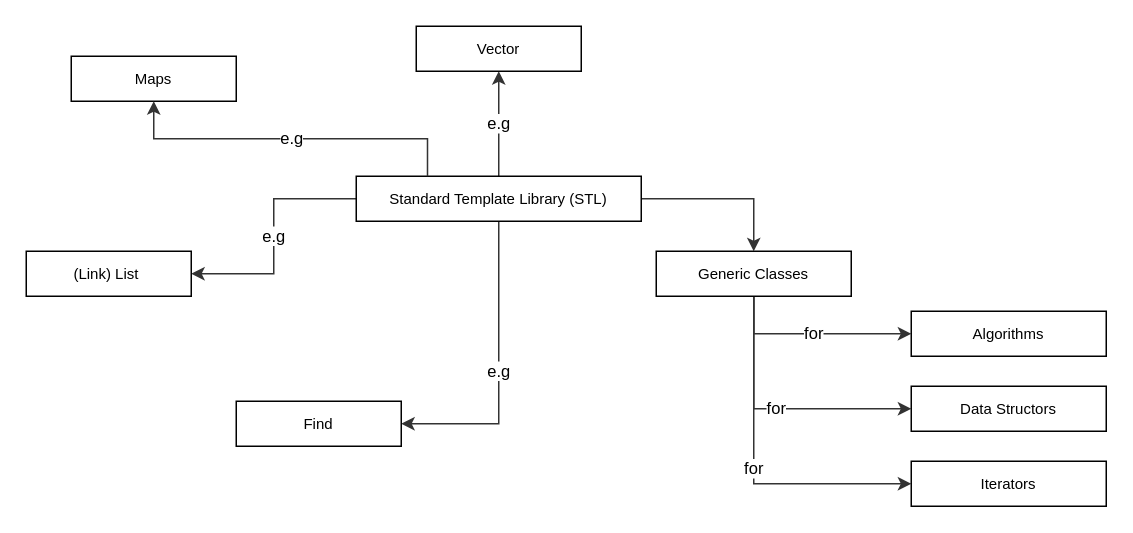
Above: page "STL(15)" (16 of 17) of revision/Supplementary/Mindmapcpp.drawio in BSCdfdff/LearnCppProgramming (draw.io), before the change. Source tidied: cells renumbered, new cells numbered last; positions are measured from the earlier drawing's top-left corner, leaving out a move shared by most shapes. Both pictures are drawn from the tidied source at 150%, with x=0, y=0 at pixel (26, 26).
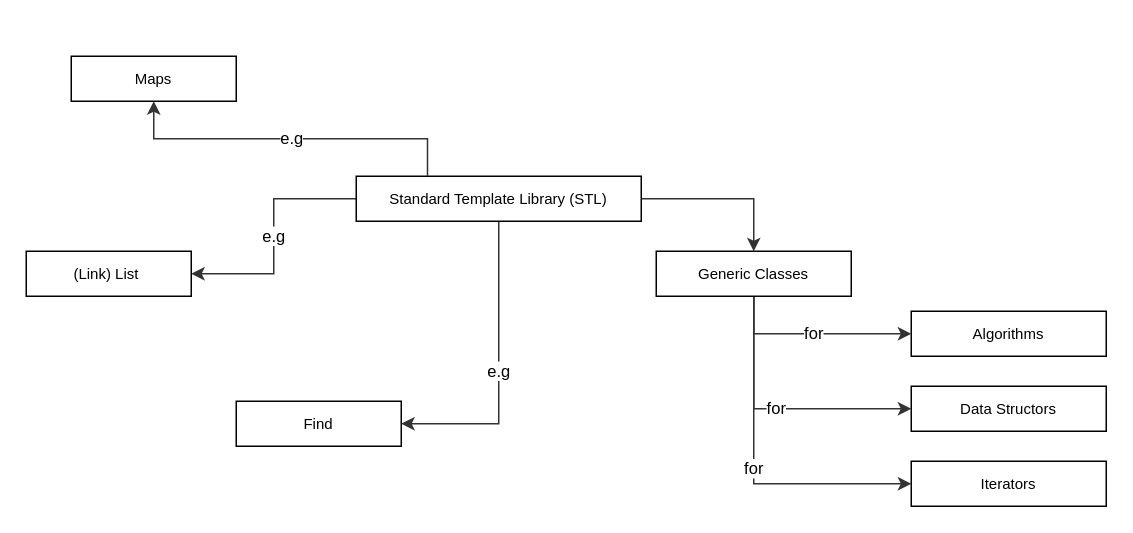
The same page after the edit.

Unchanged cells that the change refers to:
```xml
<mxCell id="6" value="&lt;span style=&quot;font-size: 10px&quot;&gt;Standard Template Library (STL)&lt;br&gt;&lt;/span&gt;" style="rounded=0;whiteSpace=wrap;html=1;" parent="1" vertex="1">
  <mxGeometry x="220" y="100" width="190" height="30" as="geometry" />
</mxCell>
```

What changed in the source:
```diff
@@
-    <mxCell id="2" value="e.g" style="edgeStyle=orthogonalEdgeStyle;rounded=0;jettySize=auto;html=1;strokeColor=#333333;strokeWidth=1;" parent="1" edge="1" source="6" target="11">
-      <mxGeometry relative="1" as="geometry" />
-    </mxCell>
@@
-    <mxCell id="11" value="&lt;span style=&quot;font-size: 10px&quot;&gt;Vector&lt;br&gt;&lt;/span&gt;" style="rounded=0;whiteSpace=wrap;html=1;" parent="1" vertex="1">
-      <mxGeometry x="260" width="110" height="30" as="geometry" />
-    </mxCell>
```
